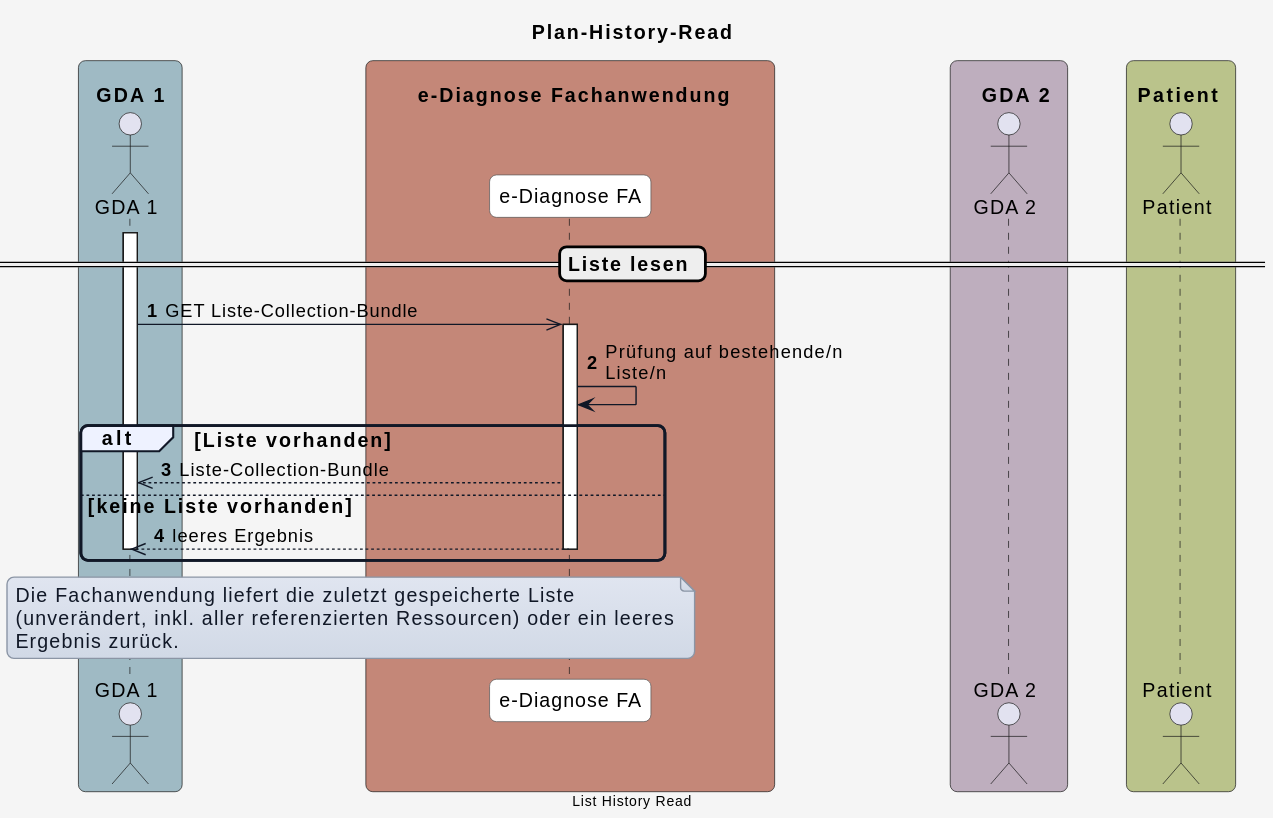
This is input/images/plantuml/diagram_planhistoryread.svg from HL7Austria/ELGA-e-Diagnose-R4, a PlantUML export, as it was before one commit. Its diagram source:
```plantuml
@startuml
title Plan-History-Read

skinparam borderColor #000000
skinparam backgroundColor #f5f5f5
skinparam shadowing false
skinparam roundCorner 10
skinparam defaultFontName "Arial"
skinparam defaultFontSize 14
skinparam defaultFontColor #000000
skinparam HyperlinkColor #0000EE
skinparam HyperlinkUnderline false
skinparam BoxPadding 20
skinparam BoxBorderColor #555555

skinparam note {
  BackgroundColor #e0e5f0-#d1d9e6
  BorderColor #8b95a5
  BorderThickness 1
  RoundCorner 0
  Padding 6
  FontColor #111827
  Shadowing false
}

skinparam HyperlinkColor #0000EE
skinparam HyperlinkUnderline false

skinparam sequence {
  ParticipantBorderColor #555555
  ParticipantBackgroundColor #ffffff
  ParticipantFontColor #000000
  ParticipantFontSize 14
  ParticipantPadding 20
  ArrowColor #111827
  ArrowThickness 1
  ArrowFontColor #000000
  ArrowFontSize 13
  GroupBorderColor #111827
  GroupBackgroundColor #eef2ff
  GroupBorderThickness 2
}

skinparam BoxPadding 20
skinparam BoxBorderColor #555555

box "\n  GDA 1  " #9fbac4
  actor GDA_1 as "GDA 1"
end box

box "\n       e-Diagnose Fachanwendung      " #C48778
  participant eDiag_FA as "e-Diagnose FA"
end box

box "\n    GDA 2  " #beaebe
  actor GDA_2 as "GDA 2"
end box

box "\n Patient  " #bac38b
  actor Patient as "Patient"
end box

autonumber

== Liste lesen ==

activate GDA_1
GDA_1 ->> eDiag_FA: GET Liste-Collection-Bundle


activate eDiag_FA
eDiag_FA -> eDiag_FA: Prüfung auf bestehende/n\nListe/n

alt Liste vorhanden
  eDiag_FA -->> GDA_1: Liste-Collection-Bundle
else keine Liste vorhanden
  eDiag_FA -->> GDA_1: leeres Ergebnis
  deactivate GDA_1
  deactivate eDiag_FA
end

note over GDA_1, eDiag_FA
Die Fachanwendung liefert die zuletzt gespeicherte Liste
(unverändert, inkl. aller referenzierten Ressourcen) oder ein leeres
Ergebnis zurück.
end note

center footer List History Read
@enduml
```
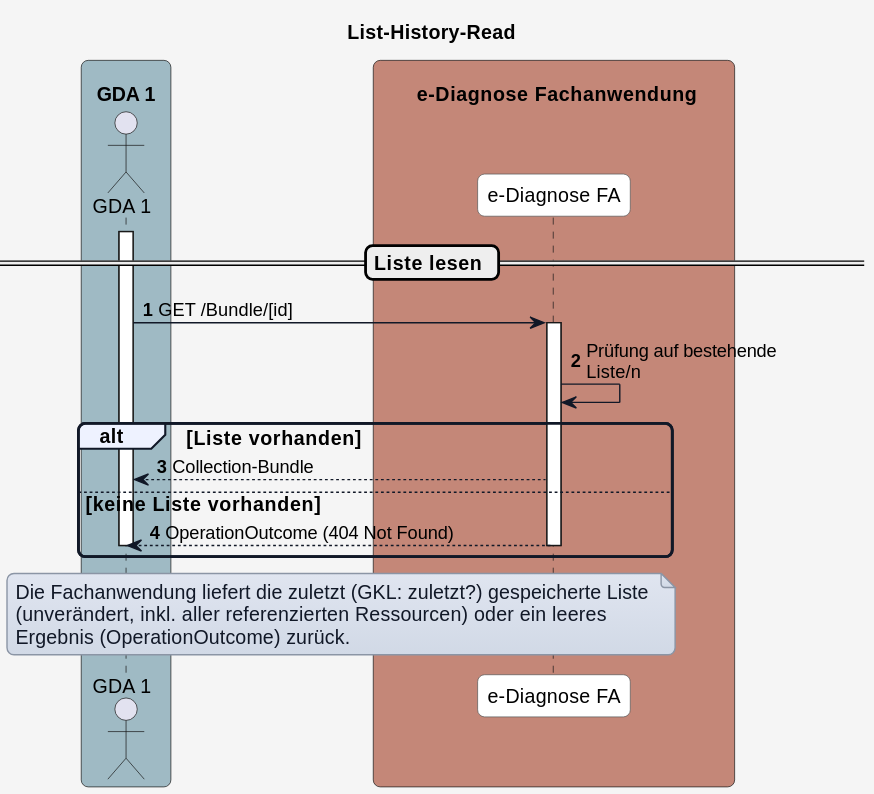
Later version of the same file.

Commit message:
Update general list interactions

Change to the diagram source:
```diff
@@ -1,5 +1,5 @@
 @startuml
-title Plan-History-Read
+title List-History-Read
 
 skinparam borderColor #000000
 skinparam backgroundColor #f5f5f5
@@ -52,38 +52,28 @@
   participant eDiag_FA as "e-Diagnose FA"
 end box
 
-box "\n    GDA 2  " #beaebe
-  actor GDA_2 as "GDA 2"
-end box
-
-box "\n Patient  " #bac38b
-  actor Patient as "Patient"
-end box
-
 autonumber
 
 == Liste lesen ==
 
 activate GDA_1
-GDA_1 ->> eDiag_FA: GET Liste-Collection-Bundle
+GDA_1 -> eDiag_FA: GET /Bundle/[id]
 
 
 activate eDiag_FA
-eDiag_FA -> eDiag_FA: Prüfung auf bestehende/n\nListe/n
+eDiag_FA -> eDiag_FA: Prüfung auf bestehende\nListe/n
 
 alt Liste vorhanden
-  eDiag_FA -->> GDA_1: Liste-Collection-Bundle
+  eDiag_FA --> GDA_1: Collection-Bundle
 else keine Liste vorhanden
-  eDiag_FA -->> GDA_1: leeres Ergebnis
+  eDiag_FA --> GDA_1: OperationOutcome (404 Not Found)
   deactivate GDA_1
   deactivate eDiag_FA
 end
 
 note over GDA_1, eDiag_FA
-Die Fachanwendung liefert die zuletzt gespeicherte Liste
+Die Fachanwendung liefert die zuletzt (GKL: zuletzt?) gespeicherte Liste
 (unverändert, inkl. aller referenzierten Ressourcen) oder ein leeres
-Ergebnis zurück.
+Ergebnis (OperationOutcome) zurück.
 end note
-
-center footer List History Read
 @enduml
```
